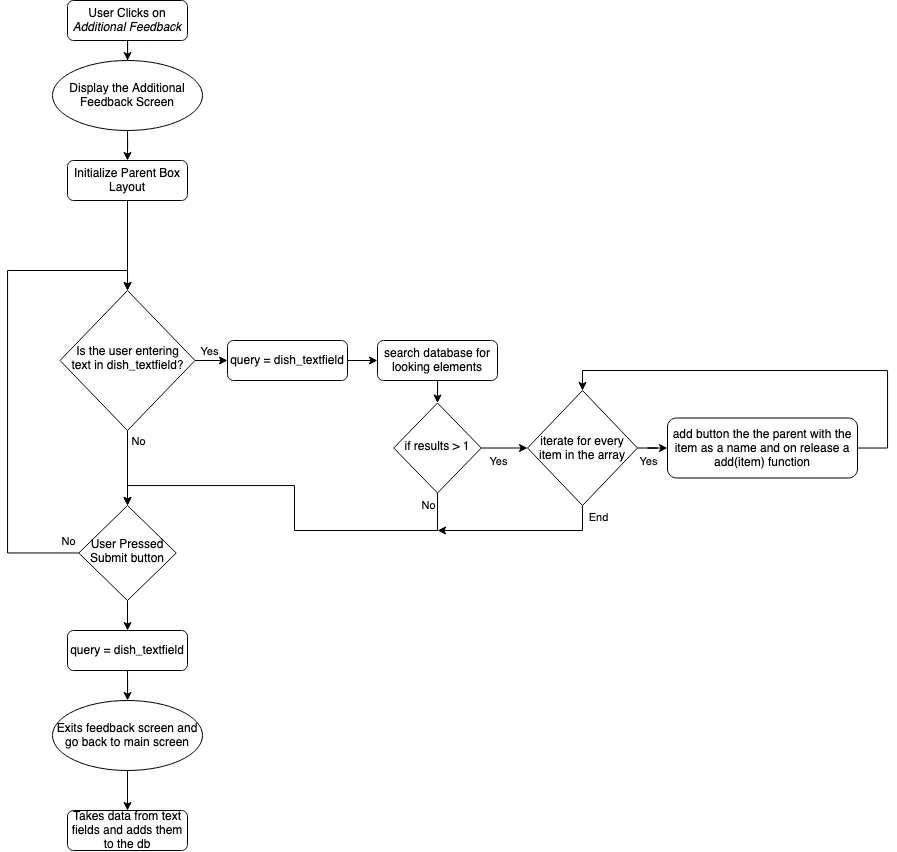
Alsa2/g3 keeps this draw.io diagram as assets/documentation/FeedBack_Flowchart.png. Above is the earlier version. Source tidied: cells renumbered, new cells last; positions are measured from the earlier drawing's top-left corner, leaving out a move shared by most shapes. Source of this version:
```xml
<mxGraphModel>
  <root>
    <mxCell id="0" />
    <mxCell id="1" parent="0" />
    <mxCell id="2" style="edgeStyle=orthogonalEdgeStyle;rounded=0;jettySize=auto;html=1;" parent="1" edge="1" source="3" target="5">
      <mxGeometry relative="1" as="geometry" />
    </mxCell>
    <mxCell id="3" value="User Clicks on &lt;i&gt;Additional Feedback&lt;/i&gt;" style="rounded=1;whiteSpace=wrap;html=1;fontSize=12;glass=0;strokeWidth=1;shadow=0;" parent="1" vertex="1">
      <mxGeometry x="60" width="120" height="40" as="geometry" />
    </mxCell>
    <mxCell id="4" style="edgeStyle=orthogonalEdgeStyle;rounded=0;jettySize=auto;html=1;entryX=0.5;entryY=0;entryDx=0;entryDy=0;" parent="1" edge="1" source="5" target="14">
      <mxGeometry relative="1" as="geometry" />
    </mxCell>
    <mxCell id="5" value="Display the Additional Feedback Screen" style="strokeWidth=1;html=1;shape=mxgraph.flowchart.start_1;whiteSpace=wrap;" parent="1" vertex="1">
      <mxGeometry x="45" y="60" width="150" height="70" as="geometry" />
    </mxCell>
    <mxCell id="6" style="edgeStyle=orthogonalEdgeStyle;rounded=0;jettySize=auto;html=1;entryX=0;entryY=0.5;entryDx=0;entryDy=0;" parent="1" edge="1" source="10" target="12">
      <mxGeometry relative="1" as="geometry" />
    </mxCell>
    <mxCell id="7" value="Yes" style="edgeLabel;html=1;align=center;verticalAlign=middle;" parent="6" vertex="1">
      <mxGeometry x="0.2" y="-2" relative="1" as="geometry">
        <mxPoint y="-12" as="offset" />
      </mxGeometry>
    </mxCell>
    <mxCell id="8" style="edgeStyle=orthogonalEdgeStyle;rounded=0;jettySize=auto;html=1;entryX=0.5;entryY=0;entryDx=0;entryDy=0;" parent="1" edge="1" source="10" target="32">
      <mxGeometry relative="1" as="geometry" />
    </mxCell>
    <mxCell id="9" value="No" style="edgeLabel;html=1;align=center;verticalAlign=middle;" parent="8" vertex="1">
      <mxGeometry x="-0.51" relative="1" as="geometry">
        <mxPoint x="10" y="-8" as="offset" />
      </mxGeometry>
    </mxCell>
    <mxCell id="10" value="Is the user entering text in dish_textfield?" style="rhombus;whiteSpace=wrap;html=1;shadow=0;fontFamily=Helvetica;fontSize=12;align=center;strokeWidth=1;spacing=6;spacingTop=-4;" parent="1" vertex="1">
      <mxGeometry x="52.5" y="290" width="135" height="140" as="geometry" />
    </mxCell>
    <mxCell id="11" style="edgeStyle=orthogonalEdgeStyle;rounded=0;jettySize=auto;html=1;exitX=1;exitY=0.5;exitDx=0;exitDy=0;entryX=0;entryY=0.5;entryDx=0;entryDy=0;" parent="1" edge="1" source="12" target="16">
      <mxGeometry relative="1" as="geometry" />
    </mxCell>
    <mxCell id="12" value="query = dish_textfield" style="rounded=1;whiteSpace=wrap;html=1;fontSize=12;glass=0;strokeWidth=1;shadow=0;" parent="1" vertex="1">
      <mxGeometry x="220" y="340" width="120" height="40" as="geometry" />
    </mxCell>
    <mxCell id="13" style="edgeStyle=orthogonalEdgeStyle;rounded=0;jettySize=auto;html=1;exitX=0.5;exitY=1;exitDx=0;exitDy=0;entryX=0.5;entryY=0;entryDx=0;entryDy=0;" parent="1" edge="1" source="14" target="10">
      <mxGeometry relative="1" as="geometry" />
    </mxCell>
    <mxCell id="14" value="Initialize Parent Box Layout" style="rounded=1;whiteSpace=wrap;html=1;fontSize=12;glass=0;strokeWidth=1;shadow=0;" parent="1" vertex="1">
      <mxGeometry x="60" y="160" width="120" height="40" as="geometry" />
    </mxCell>
    <mxCell id="15" style="edgeStyle=orthogonalEdgeStyle;rounded=0;jettySize=auto;html=1;entryX=0.5;entryY=0;entryDx=0;entryDy=0;" parent="1" edge="1" source="16" target="21">
      <mxGeometry relative="1" as="geometry" />
    </mxCell>
    <mxCell id="16" value="search database for looking elements" style="rounded=1;whiteSpace=wrap;html=1;fontSize=12;glass=0;strokeWidth=1;shadow=0;" parent="1" vertex="1">
      <mxGeometry x="370" y="340" width="120" height="40" as="geometry" />
    </mxCell>
    <mxCell id="17" style="edgeStyle=orthogonalEdgeStyle;rounded=0;jettySize=auto;html=1;exitX=1;exitY=0.5;exitDx=0;exitDy=0;entryX=0;entryY=0.5;entryDx=0;entryDy=0;entryPerimeter=0;" parent="1" edge="1" source="21" target="26">
      <mxGeometry relative="1" as="geometry" />
    </mxCell>
    <mxCell id="18" value="Yes" style="edgeLabel;html=1;align=center;verticalAlign=middle;" parent="17" vertex="1">
      <mxGeometry x="0.05" relative="1" as="geometry">
        <mxPoint x="-8" y="13" as="offset" />
      </mxGeometry>
    </mxCell>
    <mxCell id="19" style="edgeStyle=orthogonalEdgeStyle;rounded=0;jettySize=auto;html=1;exitX=0.5;exitY=1;exitDx=0;exitDy=0;entryX=0.5;entryY=0;entryDx=0;entryDy=0;" parent="1" edge="1" source="21" target="32">
      <mxGeometry relative="1" as="geometry">
        <Array as="points">
          <mxPoint x="430" y="530" />
          <mxPoint x="287" y="530" />
          <mxPoint x="287" y="485" />
          <mxPoint x="120" y="485" />
        </Array>
      </mxGeometry>
    </mxCell>
    <mxCell id="20" value="No" style="edgeLabel;html=1;align=center;verticalAlign=middle;" parent="19" vertex="1">
      <mxGeometry x="-0.95" y="1" relative="1" as="geometry">
        <mxPoint x="-11" y="3" as="offset" />
      </mxGeometry>
    </mxCell>
    <mxCell id="21" value="if results &amp;gt; 1" style="rhombus;whiteSpace=wrap;html=1;shadow=0;fontFamily=Helvetica;fontSize=12;align=center;strokeWidth=1;spacing=6;spacingTop=-4;" parent="1" vertex="1">
      <mxGeometry x="386.2" y="402.5" width="87.5" height="90" as="geometry" />
    </mxCell>
    <mxCell id="22" style="edgeStyle=orthogonalEdgeStyle;rounded=0;jettySize=auto;html=1;" parent="1" edge="1" source="26" target="28">
      <mxGeometry relative="1" as="geometry" />
    </mxCell>
    <mxCell id="23" value="Yes" style="edgeLabel;html=1;align=center;verticalAlign=middle;" parent="22" vertex="1">
      <mxGeometry x="-0.73" relative="1" as="geometry">
        <mxPoint x="3" y="13" as="offset" />
      </mxGeometry>
    </mxCell>
    <mxCell id="24" style="edgeStyle=orthogonalEdgeStyle;rounded=0;jettySize=auto;html=1;" parent="1" edge="1" source="26">
      <mxGeometry relative="1" as="geometry">
        <mxPoint x="430" y="530" as="targetPoint" />
        <Array as="points">
          <mxPoint x="575" y="530" />
          <mxPoint x="430" y="530" />
        </Array>
      </mxGeometry>
    </mxCell>
    <mxCell id="25" value="End" style="edgeLabel;html=1;align=center;verticalAlign=middle;" parent="24" vertex="1">
      <mxGeometry x="-0.86" relative="1" as="geometry">
        <mxPoint x="15" as="offset" />
      </mxGeometry>
    </mxCell>
    <mxCell id="26" value="iterate for every item in the array" style="strokeWidth=1;html=1;shape=mxgraph.flowchart.decision;whiteSpace=wrap;" parent="1" vertex="1">
      <mxGeometry x="520" y="390" width="110" height="115" as="geometry" />
    </mxCell>
    <mxCell id="27" style="edgeStyle=orthogonalEdgeStyle;rounded=0;jettySize=auto;html=1;entryX=0.5;entryY=0;entryDx=0;entryDy=0;entryPerimeter=0;" parent="1" edge="1" source="28" target="26">
      <mxGeometry relative="1" as="geometry">
        <Array as="points">
          <mxPoint x="880" y="448" />
          <mxPoint x="880" y="370" />
          <mxPoint x="575" y="370" />
        </Array>
      </mxGeometry>
    </mxCell>
    <mxCell id="28" value="add button the the parent with the item as a name and on release a add(item) function" style="rounded=1;whiteSpace=wrap;html=1;fontSize=12;glass=0;strokeWidth=1;shadow=0;" parent="1" vertex="1">
      <mxGeometry x="660" y="417.5" width="190" height="60" as="geometry" />
    </mxCell>
    <mxCell id="29" style="edgeStyle=orthogonalEdgeStyle;rounded=0;jettySize=auto;html=1;entryX=0.5;entryY=0;entryDx=0;entryDy=0;" parent="1" edge="1" source="32" target="10">
      <mxGeometry relative="1" as="geometry">
        <Array as="points">
          <mxPoint y="553" />
          <mxPoint y="270" />
          <mxPoint x="120" y="270" />
        </Array>
      </mxGeometry>
    </mxCell>
    <mxCell id="30" value="No" style="edgeLabel;html=1;align=center;verticalAlign=middle;" parent="29" vertex="1">
      <mxGeometry x="-0.88" y="2" relative="1" as="geometry">
        <mxPoint x="19" y="-14" as="offset" />
      </mxGeometry>
    </mxCell>
    <mxCell id="31" style="edgeStyle=orthogonalEdgeStyle;rounded=0;jettySize=auto;html=1;exitX=0.5;exitY=1;exitDx=0;exitDy=0;entryX=0.5;entryY=0;entryDx=0;entryDy=0;" parent="1" edge="1" source="32" target="34">
      <mxGeometry relative="1" as="geometry" />
    </mxCell>
    <mxCell id="32" value="User Pressed Submit button" style="rhombus;whiteSpace=wrap;html=1;shadow=0;fontFamily=Helvetica;fontSize=12;align=center;strokeWidth=1;spacing=6;spacingTop=-4;" parent="1" vertex="1">
      <mxGeometry x="71.2" y="505" width="97.5" height="95" as="geometry" />
    </mxCell>
    <mxCell id="33" style="edgeStyle=orthogonalEdgeStyle;rounded=0;jettySize=auto;html=1;exitX=0.5;exitY=1;exitDx=0;exitDy=0;" parent="1" edge="1" source="34" target="36">
      <mxGeometry relative="1" as="geometry" />
    </mxCell>
    <mxCell id="34" value="query = dish_textfield" style="rounded=1;whiteSpace=wrap;html=1;fontSize=12;glass=0;strokeWidth=1;shadow=0;" parent="1" vertex="1">
      <mxGeometry x="60" y="630" width="120" height="40" as="geometry" />
    </mxCell>
    <mxCell id="35" style="edgeStyle=orthogonalEdgeStyle;rounded=0;jettySize=auto;html=1;exitX=0.5;exitY=1;exitDx=0;exitDy=0;exitPerimeter=0;entryX=0.5;entryY=0;entryDx=0;entryDy=0;" parent="1" edge="1" source="36" target="37">
      <mxGeometry relative="1" as="geometry" />
    </mxCell>
    <mxCell id="36" value="&lt;div&gt;Exits feedback screen and go back to main screen&lt;/div&gt;" style="strokeWidth=1;html=1;shape=mxgraph.flowchart.start_1;whiteSpace=wrap;" parent="1" vertex="1">
      <mxGeometry x="45" y="700" width="150" height="70" as="geometry" />
    </mxCell>
    <mxCell id="37" value="Takes data from text fields and adds them to the db" style="rounded=1;whiteSpace=wrap;html=1;fontSize=12;glass=0;strokeWidth=1;shadow=0;" parent="1" vertex="1">
      <mxGeometry x="60" y="810" width="120" height="40" as="geometry" />
    </mxCell>
  </root>
</mxGraphModel>
```
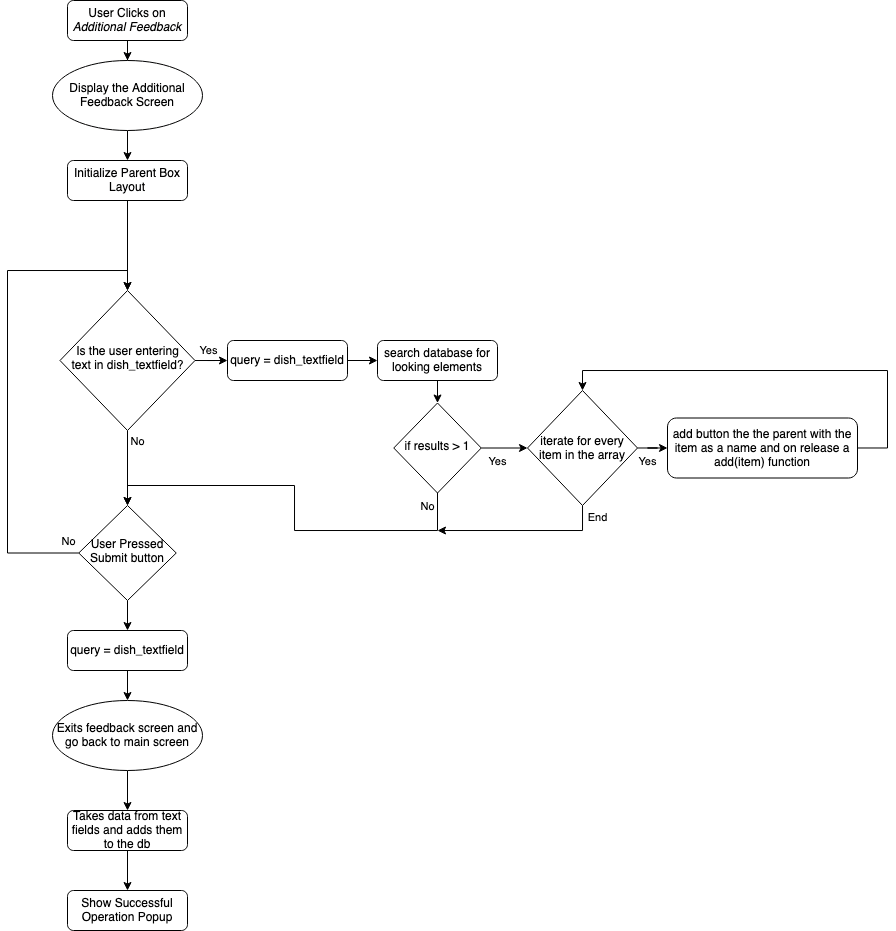
The same file after the commit.

Commit message:
whyy the gaaammmbllleeee

What changed in the source:
```diff
@@ -146,8 +146,14 @@
     <mxCell id="36" value="&lt;div&gt;Exits feedback screen and go back to main screen&lt;/div&gt;" style="strokeWidth=1;html=1;shape=mxgraph.flowchart.start_1;whiteSpace=wrap;" parent="1" vertex="1">
       <mxGeometry x="45" y="700" width="150" height="70" as="geometry" />
     </mxCell>
+    <mxCell id="38" style="edgeStyle=orthogonalEdgeStyle;rounded=0;jettySize=auto;html=1;exitX=0.5;exitY=1;exitDx=0;exitDy=0;entryX=0.5;entryY=0;entryDx=0;entryDy=0;" parent="1" edge="1" source="37" target="39">
+      <mxGeometry relative="1" as="geometry" />
+    </mxCell>
     <mxCell id="37" value="Takes data from text fields and adds them to the db" style="rounded=1;whiteSpace=wrap;html=1;fontSize=12;glass=0;strokeWidth=1;shadow=0;" parent="1" vertex="1">
       <mxGeometry x="60" y="810" width="120" height="40" as="geometry" />
     </mxCell>
+    <mxCell id="39" value="Show Successful Operation Popup" style="rounded=1;whiteSpace=wrap;html=1;fontSize=12;glass=0;strokeWidth=1;shadow=0;" parent="1" vertex="1">
+      <mxGeometry x="60" y="890" width="120" height="40" as="geometry" />
+    </mxCell>
   </root>
 </mxGraphModel>
```
